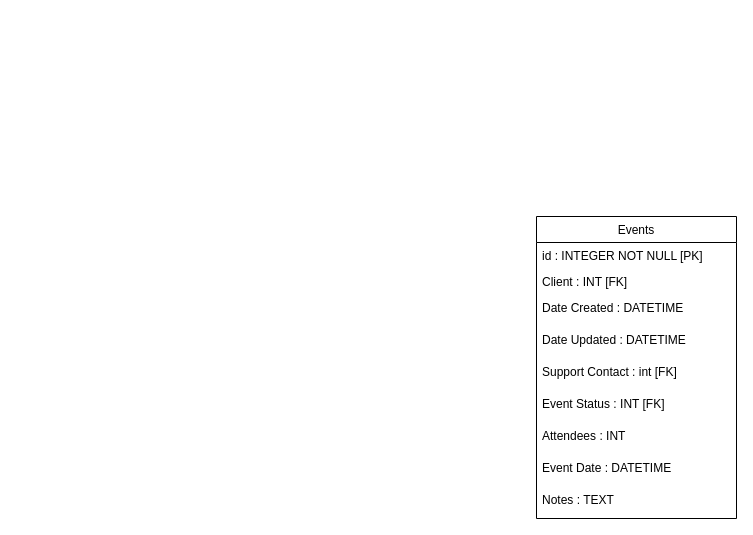
batshanti/Projet2 keeps this draw.io diagram as JPG_FILE/Diagramme sans nom.drawio. Above is the earlier version. Source tidied: cells renumbered, new cells numbered last; positions are measured from the earlier drawing's top-left corner, leaving out a move shared by most shapes. Both pictures are drawn from the tidied source at 100%, with x=0, y=0 at pixel (536, 216).
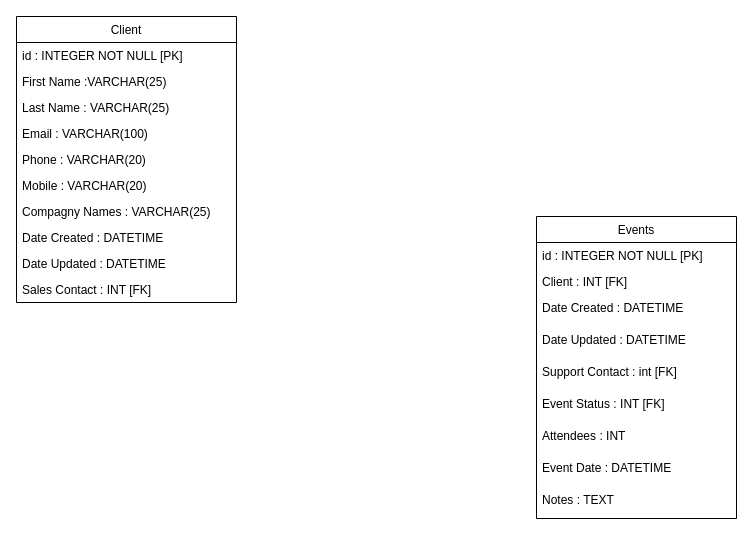
After the change.

Commit message (it also covers changes not shown here):
Mettre à jour Diagramme sans nom.drawio

Change to the diagram source:
```diff
@@
+    <mxCell id="12" value="Client" style="swimlane;fontStyle=0;horizontal=1;startSize=26;fillColor=none;" parent="1" vertex="1">
+      <mxGeometry x="-520" y="-200" width="220" height="286" as="geometry" />
+    </mxCell>
+    <mxCell id="13" value="id : INTEGER NOT NULL [PK]" style="text;strokeColor=none;fillColor=none;align=left;verticalAlign=top;spacingLeft=4;spacingRight=4;overflow=hidden;" parent="12" vertex="1">
+      <mxGeometry y="26" width="220" height="26" as="geometry" />
+    </mxCell>
+    <mxCell id="14" value="First Name :VARCHAR(25) " style="text;strokeColor=none;fillColor=none;align=left;verticalAlign=top;spacingLeft=4;spacingRight=4;overflow=hidden;" parent="12" vertex="1">
+      <mxGeometry y="52" width="220" height="26" as="geometry" />
+    </mxCell>
+    <mxCell id="15" value="Last Name : VARCHAR(25)" style="text;strokeColor=none;fillColor=none;align=left;verticalAlign=top;spacingLeft=4;spacingRight=4;overflow=hidden;" parent="12" vertex="1">
+      <mxGeometry y="78" width="220" height="26" as="geometry" />
+    </mxCell>
+    <mxCell id="16" value="Email : VARCHAR(100)" style="text;strokeColor=none;fillColor=none;align=left;verticalAlign=top;spacingLeft=4;spacingRight=4;overflow=hidden;" parent="12" vertex="1">
+      <mxGeometry y="104" width="220" height="26" as="geometry" />
+    </mxCell>
+    <mxCell id="17" value="Phone : VARCHAR(20)" style="text;strokeColor=none;fillColor=none;align=left;verticalAlign=top;spacingLeft=4;spacingRight=4;overflow=hidden;" parent="12" vertex="1">
+      <mxGeometry y="130" width="220" height="26" as="geometry" />
+    </mxCell>
+    <mxCell id="18" value="Mobile : VARCHAR(20)" style="text;strokeColor=none;fillColor=none;align=left;verticalAlign=top;spacingLeft=4;spacingRight=4;overflow=hidden;" parent="12" vertex="1">
+      <mxGeometry y="156" width="220" height="26" as="geometry" />
+    </mxCell>
+    <mxCell id="19" value="Compagny Names : VARCHAR(25)" style="text;strokeColor=none;fillColor=none;align=left;verticalAlign=top;spacingLeft=4;spacingRight=4;overflow=hidden;" parent="12" vertex="1">
+      <mxGeometry y="182" width="220" height="26" as="geometry" />
+    </mxCell>
+    <mxCell id="20" value="Date Created : DATETIME" style="text;strokeColor=none;fillColor=none;align=left;verticalAlign=top;spacingLeft=4;spacingRight=4;overflow=hidden;" parent="12" vertex="1">
+      <mxGeometry y="208" width="220" height="26" as="geometry" />
+    </mxCell>
+    <mxCell id="21" value="Date Updated : DATETIME" style="text;strokeColor=none;fillColor=none;align=left;verticalAlign=top;spacingLeft=4;spacingRight=4;overflow=hidden;" parent="12" vertex="1">
+      <mxGeometry y="234" width="220" height="26" as="geometry" />
+    </mxCell>
+    <mxCell id="22" value="Sales Contact : INT [FK]" style="text;strokeColor=none;fillColor=none;align=left;verticalAlign=top;spacingLeft=4;spacingRight=4;overflow=hidden;" parent="12" vertex="1">
+      <mxGeometry y="260" width="220" height="26" as="geometry" />
+    </mxCell>
```
